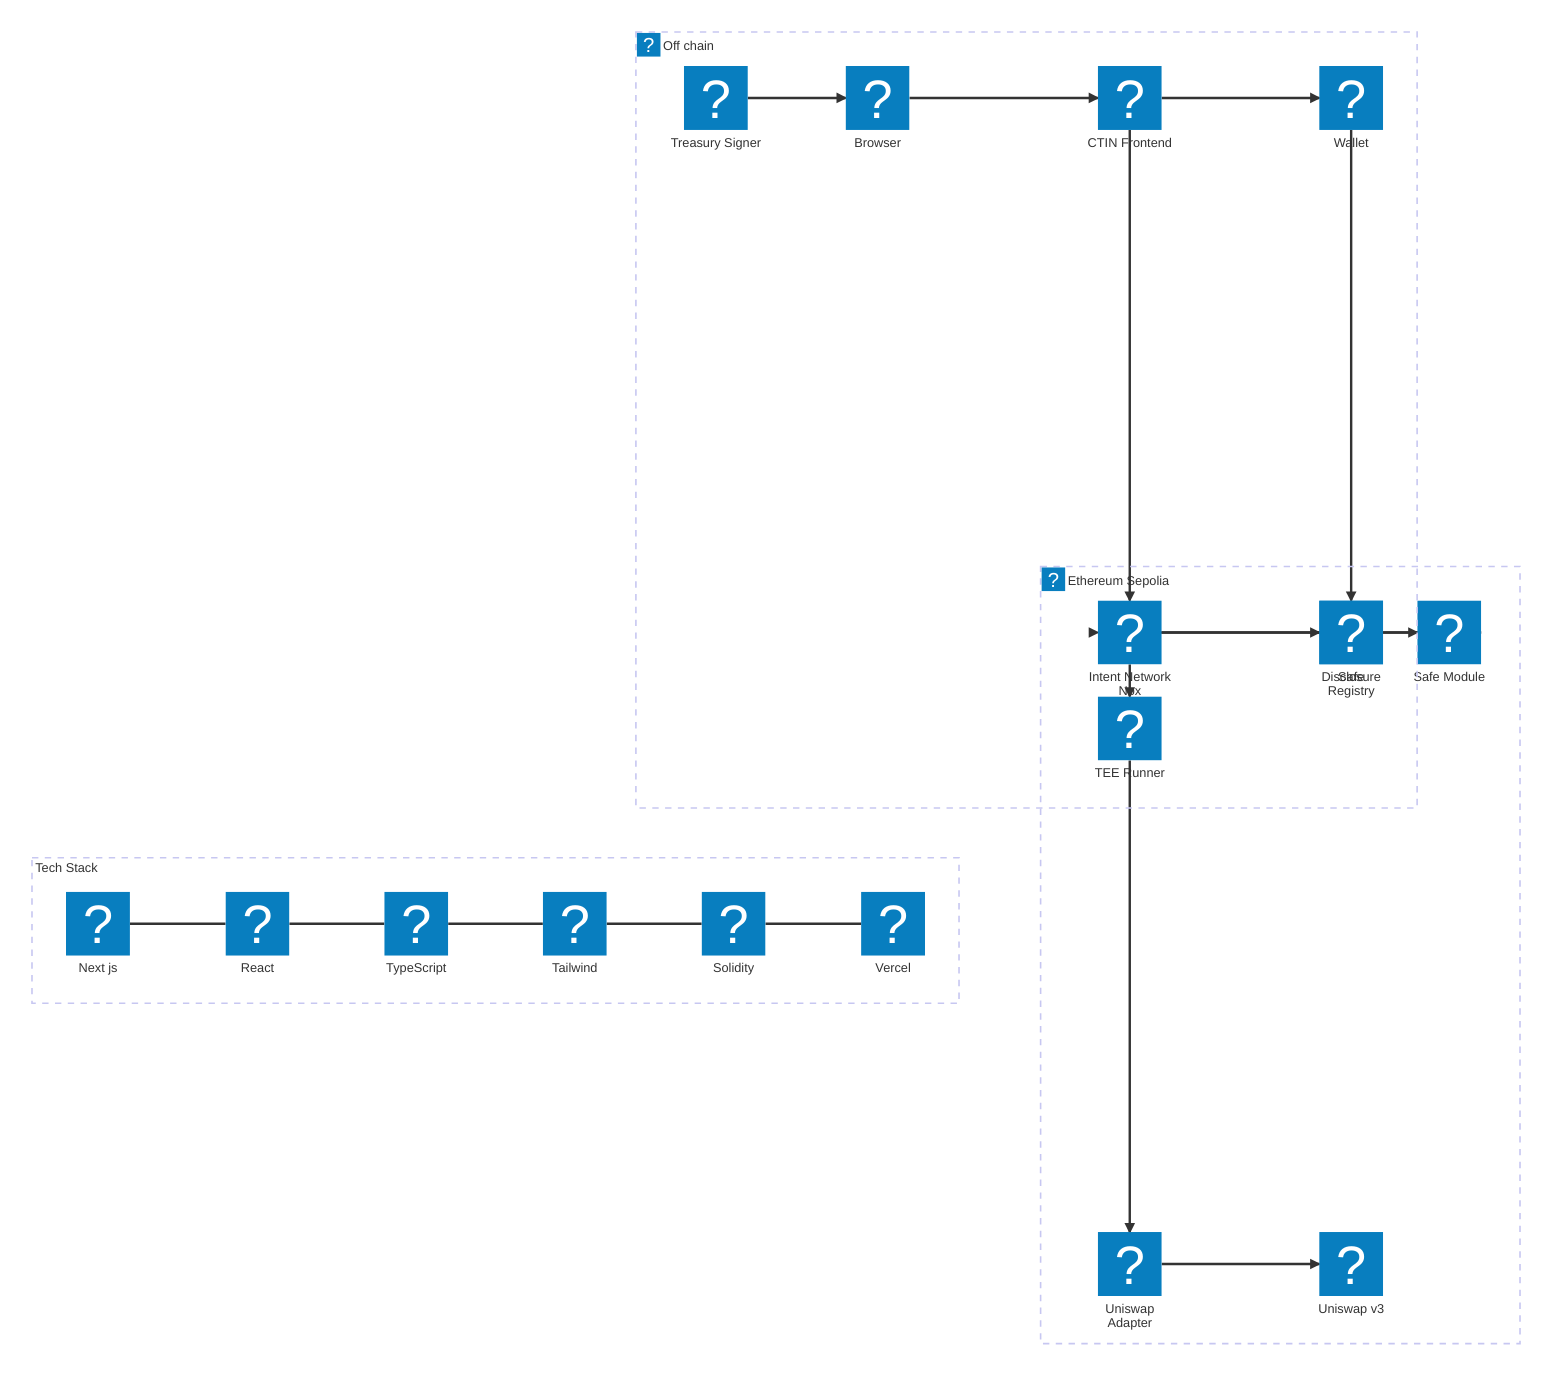
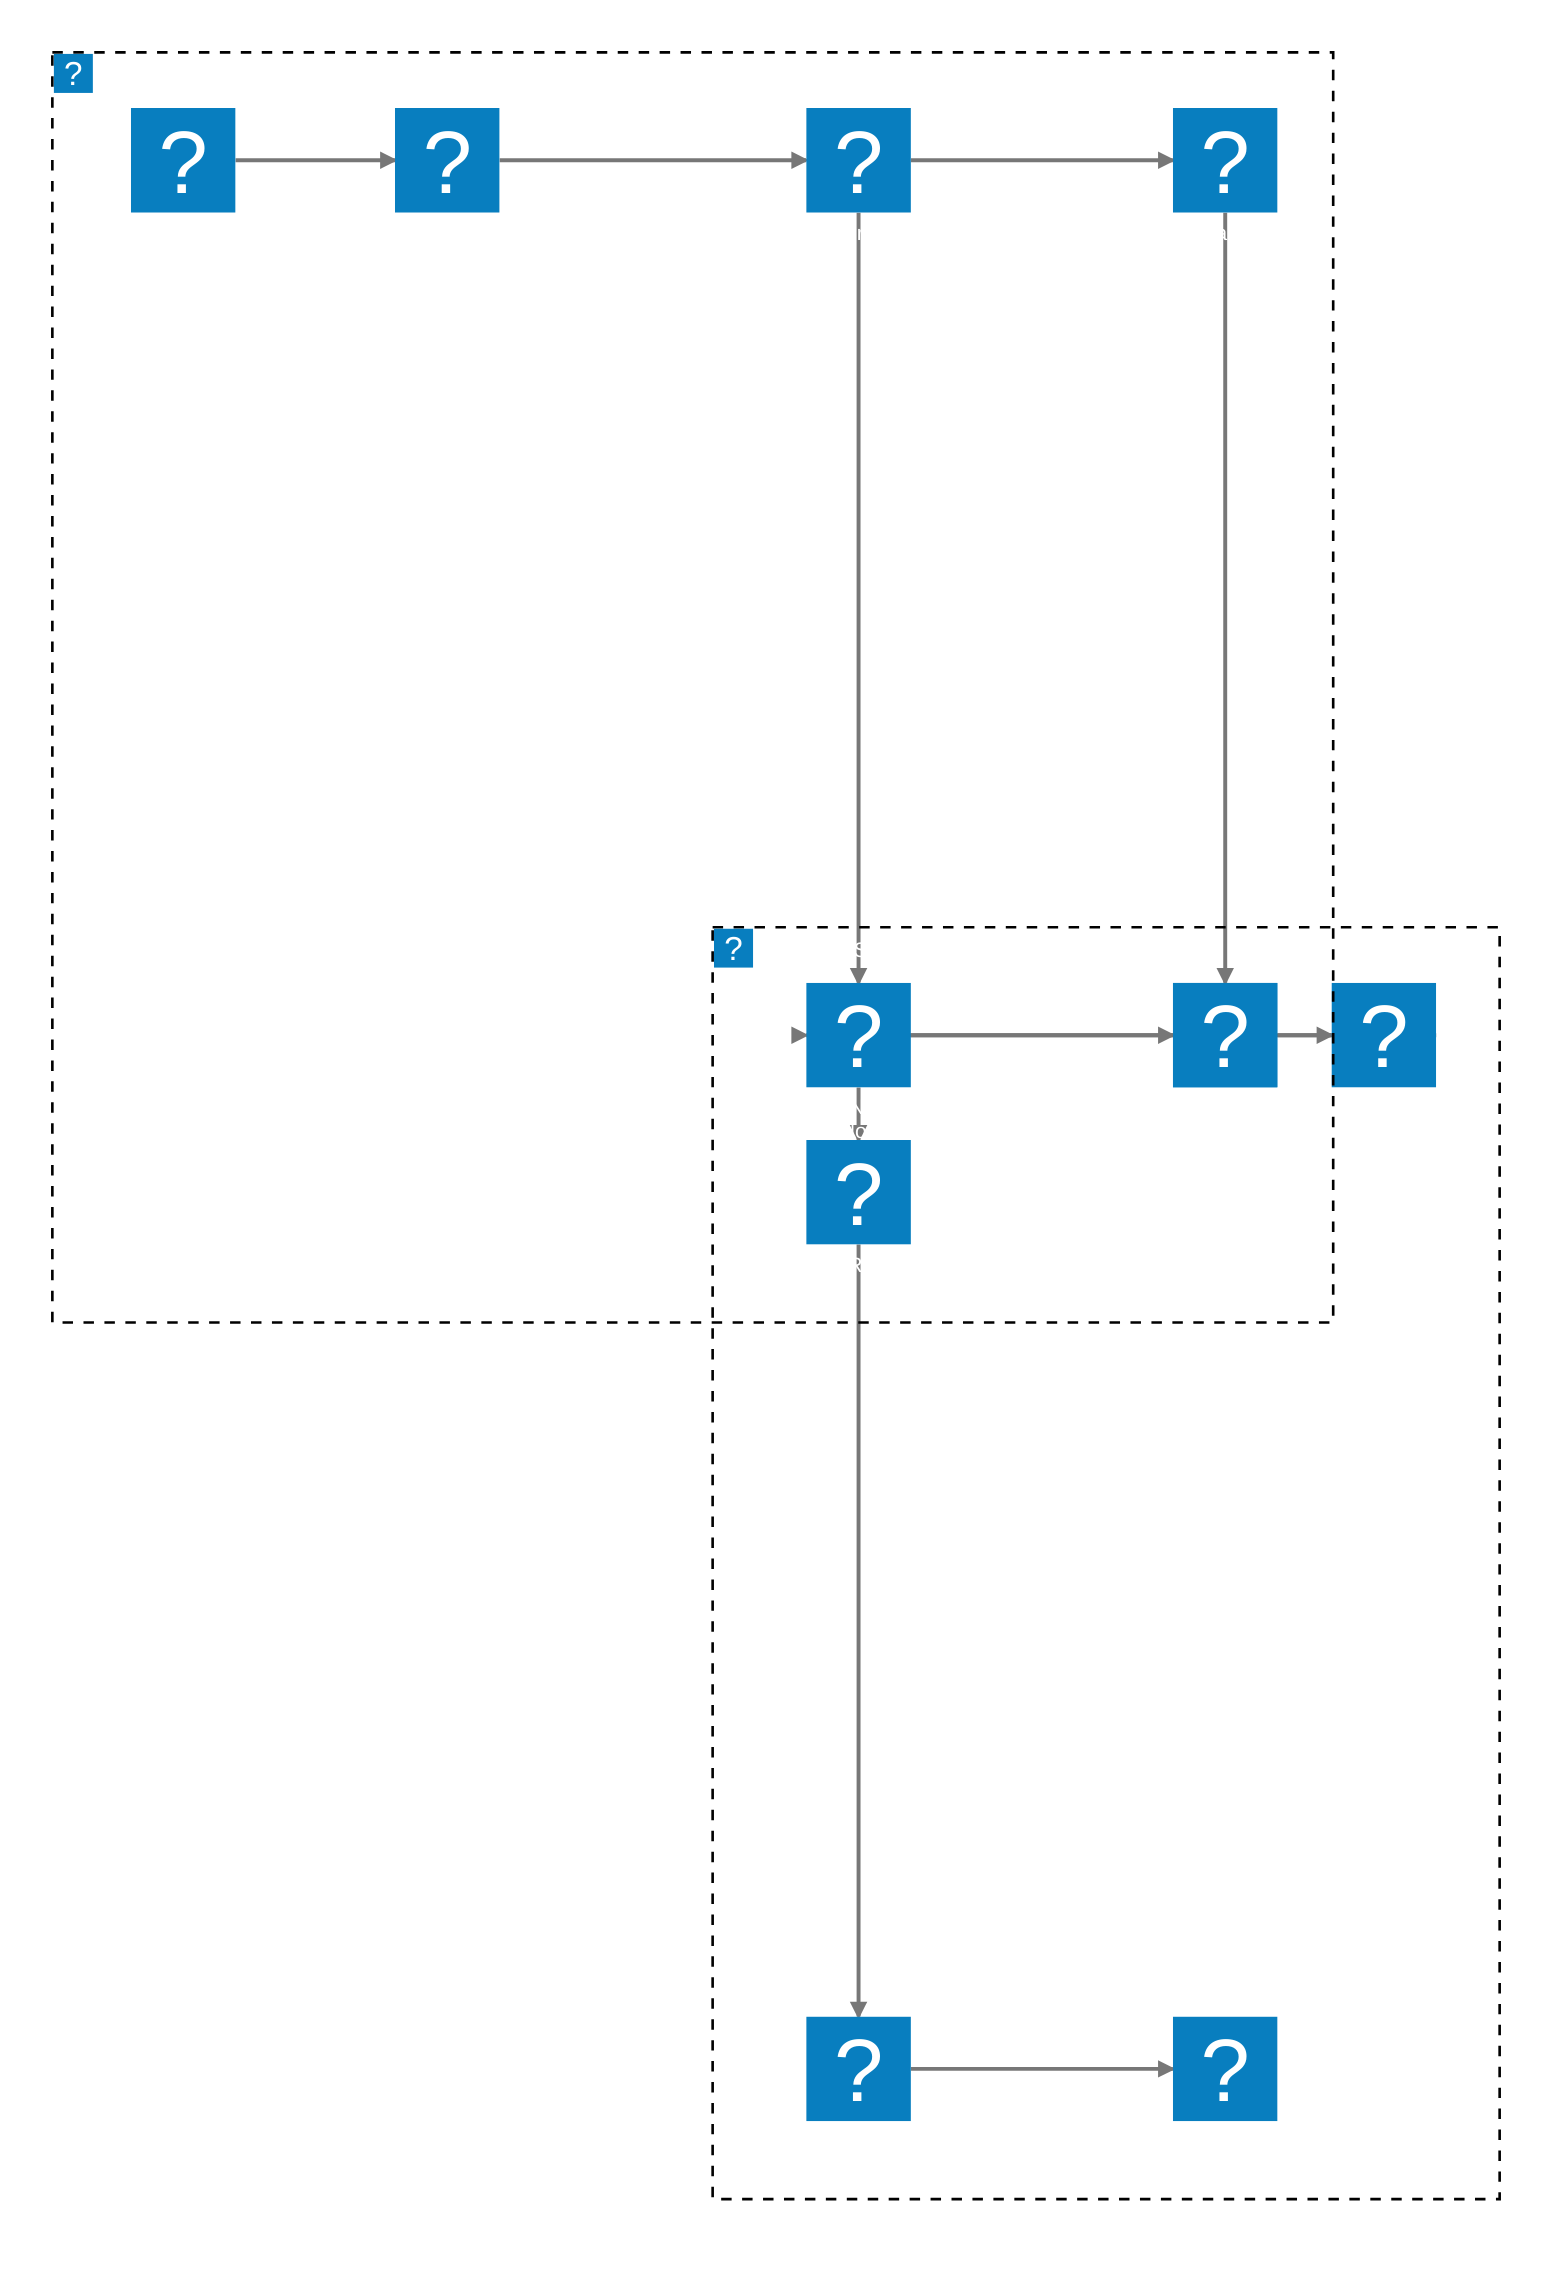
+ ---
+ config:
+   theme: base
+   themeVariables:
+     lineColor: "#ffffff"
+     clusterBorder: "#ffffff"
+     clusterBkg: "transparent"
+     nodeBorder: "#ffffff"
+     primaryBorderColor: "#ffffff"
+     primaryTextColor: "#ffffff"
+     primaryColor: "#0b0b0d"
+     titleColor: "#ffffff"
+ ---
architecture-beta
-     group stack[Tech Stack]
-         service nextjs(logos:nextjs-icon)[Next js] in stack
-         service react(logos:react)[React] in stack
-         service typescript(logos:typescript-icon)[TypeScript] in stack
-         service tailwind(logos:tailwindcss-icon)[Tailwind] in stack
-         service solidity(logos:solidity)[Solidity] in stack
-         service vercel(logos:vercel-icon)[Vercel] in stack
- 
-     nextjs:R -- L:react
-     react:R -- L:typescript
-     typescript:R -- L:tailwind
-     tailwind:R -- L:solidity
-     solidity:R -- L:vercel
- 
    group offchain(logos:vercel-icon)[Off chain]
        service user(mdi:account-tie)[Treasury Signer] in offchain
        service browser(logos:chrome)[Browser] in offchain
        service consoles(logos:nextjs-icon)[CTIN Frontend] in offchain
        service wallet(logos:metamask-icon)[Wallet] in offchain
        service runner(logos:nodejs-icon)[TEE Runner] in offchain

    group onchain(logos:ethereum)[Ethereum Sepolia]
        service safe(logos:ethereum)[Safe] in onchain
        service module(logos:solidity)[Safe Module] in onchain
        service intents(logos:solidity)[Intent Network Nox] in onchain
        service disclosure(logos:solidity)[Disclosure Registry] in onchain
        service adapter(logos:solidity)[Uniswap Adapter] in onchain
        service uniswap(logos:ethereum)[Uniswap v3] in onchain

    user:R --> L:browser
    browser:R --> L:consoles
    consoles:R --> L:wallet
    consoles:B --> T:intents
    wallet:B --> T:safe
    safe:R --> L:module
    module:R --> L:intents
    intents:R --> L:disclosure
    intents:B --> T:runner
    runner:B --> T:adapter
    adapter:R --> L:uniswap
